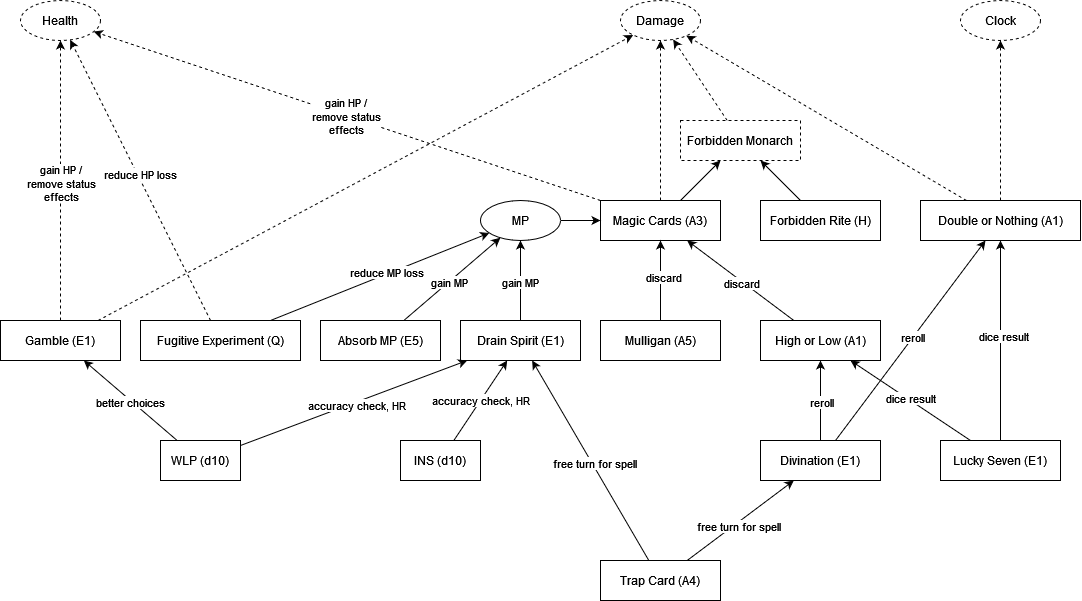
This is Fab_Ult_Ace_of_Cards.drawio.png from nzNancyZhao/drawio, a draw.io export, as it was before one commit. Source tidied: cells renumbered, new cells last; positions are measured from the earlier drawing's top-left corner, leaving out a move shared by most shapes.
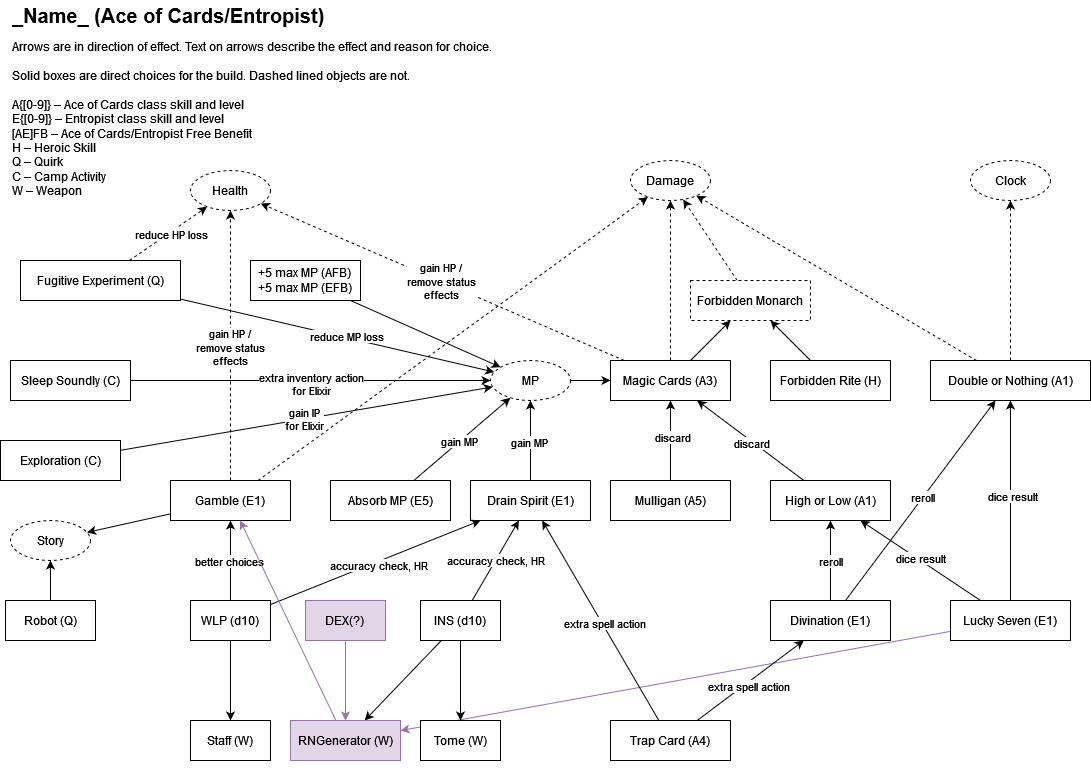
Above is the later version.

What changed in the source:
```diff
@@ -87,6 +87,9 @@
         <mxPoint y="-1" as="offset" />
       </mxGeometry>
     </mxCell>
+    <mxCell id="63" style="rounded=0;jettySize=auto;html=1;fillColor=#e1d5e7;strokeColor=#9673a6;" parent="1" edge="1" source="29" target="79">
+      <mxGeometry relative="1" as="geometry" />
+    </mxCell>
     <mxCell id="29" value="Lucky Seven (E1)" style="rounded=0;whiteSpace=wrap;html=1;" parent="1" vertex="1">
       <mxGeometry x="940" y="440" width="120" height="40" as="geometry" />
     </mxCell>
@@ -108,13 +111,13 @@
     <mxCell id="35" style="rounded=0;jettySize=auto;html=1;" parent="1" edge="1" source="39" target="21">
       <mxGeometry relative="1" as="geometry" />
     </mxCell>
-    <mxCell id="36" value="free turn for spell" style="edgeLabel;html=1;align=center;verticalAlign=middle;" parent="35" vertex="1">
+    <mxCell id="36" value="extra spell action" style="edgeLabel;html=1;align=center;verticalAlign=middle;" parent="35" vertex="1">
       <mxGeometry x="-0.07" y="-3" relative="1" as="geometry" />
     </mxCell>
     <mxCell id="37" style="rounded=0;jettySize=auto;html=1;" parent="1" edge="1" source="39" target="34">
       <mxGeometry relative="1" as="geometry" />
     </mxCell>
-    <mxCell id="38" value="free turn for spell" style="edgeLabel;html=1;align=center;verticalAlign=middle;" parent="37" vertex="1">
+    <mxCell id="38" value="extra spell action" style="edgeLabel;html=1;align=center;verticalAlign=middle;" parent="37" vertex="1">
       <mxGeometry x="-0.04" y="-2" relative="1" as="geometry" />
     </mxCell>
     <mxCell id="39" value="&lt;div&gt;Trap Card (A4)&lt;/div&gt;" style="rounded=0;whiteSpace=wrap;html=1;" parent="1" vertex="1">
@@ -126,8 +129,14 @@
     <mxCell id="41" value="accuracy check, HR" style="edgeLabel;html=1;align=center;verticalAlign=middle;" parent="40" vertex="1">
       <mxGeometry x="0.01" y="1" relative="1" as="geometry" />
     </mxCell>
+    <mxCell id="64" style="rounded=0;jettySize=auto;html=1;" parent="1" edge="1" source="42" target="69">
+      <mxGeometry relative="1" as="geometry" />
+    </mxCell>
+    <mxCell id="65" style="rounded=0;jettySize=auto;html=1;" parent="1" edge="1" source="42" target="79">
+      <mxGeometry relative="1" as="geometry" />
+    </mxCell>
     <mxCell id="42" value="&lt;div&gt;INS (d10)&lt;/div&gt;" style="rounded=0;whiteSpace=wrap;html=1;" parent="1" vertex="1">
-      <mxGeometry x="400" y="440" width="80" height="40" as="geometry" />
+      <mxGeometry x="410" y="440" width="80" height="40" as="geometry" />
     </mxCell>
     <mxCell id="43" style="rounded=0;jettySize=auto;html=1;" parent="1" edge="1" source="47" target="34">
       <mxGeometry relative="1" as="geometry" />
@@ -141,8 +150,11 @@
     <mxCell id="46" value="better choices" style="edgeLabel;html=1;align=center;verticalAlign=middle;" parent="45" vertex="1">
       <mxGeometry x="-0.01" y="1" relative="1" as="geometry" />
     </mxCell>
+    <mxCell id="66" style="rounded=0;jettySize=auto;html=1;" parent="1" edge="1" source="47" target="68">
+      <mxGeometry relative="1" as="geometry" />
+    </mxCell>
     <mxCell id="47" value="WLP (d10)" style="rounded=0;whiteSpace=wrap;html=1;" parent="1" vertex="1">
-      <mxGeometry x="160" y="440" width="80" height="40" as="geometry" />
+      <mxGeometry x="180" y="440" width="80" height="40" as="geometry" />
     </mxCell>
     <mxCell id="48" style="rounded=0;jettySize=auto;html=1;dashed=1;" parent="1" edge="1" source="50" target="16">
       <mxGeometry relative="1" as="geometry" />
@@ -162,16 +174,19 @@
     <mxCell id="53" style="rounded=0;jettySize=auto;html=1;dashed=1;" parent="1" edge="1" source="54" target="15">
       <mxGeometry relative="1" as="geometry" />
     </mxCell>
+    <mxCell id="67" style="rounded=0;jettySize=auto;html=1;" parent="1" edge="1" source="54" target="84">
+      <mxGeometry relative="1" as="geometry" />
+    </mxCell>
     <mxCell id="54" value="Gamble (E1)" style="rounded=0;whiteSpace=wrap;html=1;" parent="1" vertex="1">
-      <mxGeometry y="320" width="120" height="40" as="geometry" />
+      <mxGeometry x="160" y="320" width="120" height="40" as="geometry" />
     </mxCell>
     <mxCell id="55" value="Health" style="ellipse;whiteSpace=wrap;html=1;dashed=1;" parent="1" vertex="1">
-      <mxGeometry x="20" width="80" height="40" as="geometry" />
+      <mxGeometry x="180" y="10" width="80" height="40" as="geometry" />
     </mxCell>
     <mxCell id="56" style="rounded=0;jettySize=auto;html=1;" parent="1" edge="1" source="57" target="6">
       <mxGeometry relative="1" as="geometry" />
     </mxCell>
-    <mxCell id="57" value="MP" style="ellipse;whiteSpace=wrap;html=1;" parent="1" vertex="1">
+    <mxCell id="57" value="MP" style="ellipse;whiteSpace=wrap;html=1;dashed=1;" parent="1" vertex="1">
       <mxGeometry x="480" y="200" width="80" height="40" as="geometry" />
     </mxCell>
     <mxCell id="58" style="rounded=0;jettySize=auto;html=1;dashed=1;" parent="1" edge="1" source="62" target="55">
@@ -187,7 +202,66 @@
       <mxGeometry x="0.05" y="2" relative="1" as="geometry" />
     </mxCell>
     <mxCell id="62" value="Fugitive Experiment (Q)" style="rounded=0;whiteSpace=wrap;html=1;" parent="1" vertex="1">
-      <mxGeometry x="140" y="320" width="160" height="40" as="geometry" />
+      <mxGeometry x="10" y="100" width="160" height="40" as="geometry" />
     </mxCell>
+    <mxCell id="68" value="Staff (W)" style="rounded=0;whiteSpace=wrap;html=1;" parent="1" vertex="1">
+      <mxGeometry x="180" y="560" width="80" height="40" as="geometry" />
+    </mxCell>
+    <mxCell id="69" value="Tome (W)" style="rounded=0;whiteSpace=wrap;html=1;" parent="1" vertex="1">
+      <mxGeometry x="410" y="560" width="80" height="40" as="geometry" />
+    </mxCell>
+    <mxCell id="70" style="edgeStyle=orthogonalEdgeStyle;rounded=0;orthogonalLoop=1;jettySize=auto;html=1;exitX=0.5;exitY=1;exitDx=0;exitDy=0;" parent="1" edge="1" source="69" target="69">
+      <mxGeometry relative="1" as="geometry" />
+    </mxCell>
+    <mxCell id="71" style="rounded=0;jettySize=auto;html=1;" parent="1" edge="1" source="73" target="57">
+      <mxGeometry relative="1" as="geometry" />
+    </mxCell>
+    <mxCell id="72" value="extra inventory action&lt;br&gt;for Elixir" style="edgeLabel;html=1;align=center;verticalAlign=middle;" parent="71" vertex="1">
+      <mxGeometry x="0.01" y="-4" relative="1" as="geometry">
+        <mxPoint x="-1" as="offset" />
+      </mxGeometry>
+    </mxCell>
+    <mxCell id="73" value="Sleep Soundly (C)" style="rounded=0;whiteSpace=wrap;html=1;" parent="1" vertex="1">
+      <mxGeometry y="200" width="120" height="40" as="geometry" />
+    </mxCell>
+    <mxCell id="74" style="rounded=0;jettySize=auto;html=1;" parent="1" edge="1" source="76" target="57">
+      <mxGeometry relative="1" as="geometry" />
+    </mxCell>
+    <mxCell id="75" value="gain IP &lt;br&gt;for Elixir" style="edgeLabel;html=1;align=center;verticalAlign=middle;" parent="74" vertex="1">
+      <mxGeometry x="-0.01" relative="1" as="geometry" />
+    </mxCell>
+    <mxCell id="76" value="Exploration (C)" style="rounded=0;whiteSpace=wrap;html=1;" parent="1" vertex="1">
+      <mxGeometry x="-10" y="280" width="120" height="40" as="geometry" />
+    </mxCell>
+    <mxCell id="77" value="&lt;h1 style=&quot;margin-top: 0px; line-height: 64%;&quot;&gt;&lt;font style=&quot;font-size: 20px;&quot;&gt;_Name_ (Ace of Cards/Entropist)&lt;/font&gt;&lt;/h1&gt;&lt;div&gt;Arrows are in direction of effect. Text on arrows describe the effect and reason for choice.&lt;br&gt;&lt;/div&gt;&lt;div&gt;&lt;br&gt;&lt;/div&gt;&lt;div&gt;Solid boxes are direct choices for the build. Dashed lined objects are not.&lt;br&gt;&lt;/div&gt;&lt;div&gt;&lt;br&gt;&lt;/div&gt;&lt;div&gt;A{[0-9]} – Ace of Cards class skill and level&lt;br&gt;&lt;/div&gt;&lt;div&gt;E{[0-9]}  – Entropist class skill and level&lt;/div&gt;&lt;div&gt;[AE]FB – Ace of Cards/Entropist Free Benefit&lt;br&gt;&lt;/div&gt;&lt;div&gt;H – Heroic Skill&lt;br&gt;&lt;/div&gt;&lt;div&gt;Q – Quirk&lt;/div&gt;&lt;div&gt;C – Camp Activity&lt;/div&gt;&lt;div&gt;W – Weapon&lt;br&gt;&lt;/div&gt;" style="text;html=1;whiteSpace=wrap;overflow=hidden;rounded=0;" parent="1" vertex="1">
+      <mxGeometry y="-160" width="530" height="200" as="geometry" />
+    </mxCell>
+    <mxCell id="78" style="rounded=0;jettySize=auto;html=1;fillColor=#e1d5e7;strokeColor=#9673a6;" parent="1" edge="1" source="79" target="54">
+      <mxGeometry relative="1" as="geometry" />
+    </mxCell>
+    <mxCell id="79" value="RNGenerator (W)" style="rounded=0;whiteSpace=wrap;html=1;fillColor=#e1d5e7;strokeColor=#9673a6;" parent="1" vertex="1">
+      <mxGeometry x="280" y="560" width="110" height="40" as="geometry" />
+    </mxCell>
+    <mxCell id="80" style="rounded=0;jettySize=auto;html=1;fillColor=#e1d5e7;strokeColor=#9673a6;" parent="1" edge="1" source="81" target="79">
+      <mxGeometry relative="1" as="geometry" />
+    </mxCell>
+    <mxCell id="81" value="&lt;div&gt;DEX(?)&lt;br&gt;&lt;/div&gt;" style="rounded=0;whiteSpace=wrap;html=1;fillColor=#e1d5e7;strokeColor=#9673a6;" parent="1" vertex="1">
+      <mxGeometry x="295" y="440" width="80" height="40" as="geometry" />
+    </mxCell>
+    <mxCell id="82" style="rounded=0;jettySize=auto;html=1;" parent="1" edge="1" source="83" target="84">
+      <mxGeometry relative="1" as="geometry" />
+    </mxCell>
+    <mxCell id="83" value="Robot (Q)" style="rounded=0;whiteSpace=wrap;html=1;" parent="1" vertex="1">
+      <mxGeometry x="-5" y="440" width="90" height="40" as="geometry" />
+    </mxCell>
+    <mxCell id="84" value="Story" style="ellipse;whiteSpace=wrap;html=1;dashed=1;" parent="1" vertex="1">
+      <mxGeometry y="360" width="80" height="40" as="geometry" />
+    </mxCell>
+    <mxCell id="85" style="rounded=0;jettySize=auto;html=1;" parent="1" edge="1" source="86" target="57">
+      <mxGeometry relative="1" as="geometry" />
+    </mxCell>
+    <mxCell id="86" value="&lt;div&gt;+5 max MP (AFB)&lt;/div&gt;&lt;div&gt;+5 max MP (EFB)&lt;br&gt;&lt;/div&gt;" style="rounded=0;whiteSpace=wrap;html=1;" parent="1" vertex="1">
+      <mxGeometry x="240" y="100" width="110" height="40" as="geometry" />
+    </mxCell>
   </root>
 </mxGraphModel>
```
